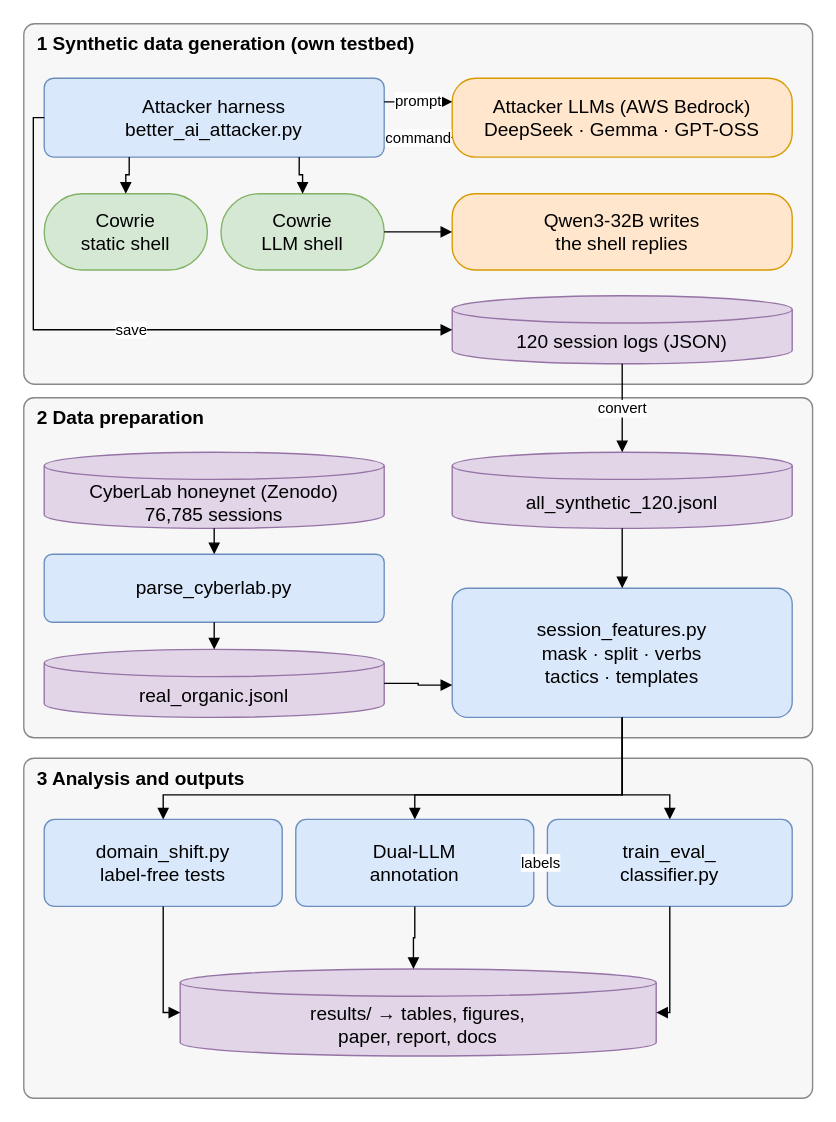
parthkansal823/Honeypot_RedTeaming-paper keeps this draw.io diagram as report/diagrams/d01_system_architecture.drawio. Above is the earlier version. Source tidied: cells renumbered, new cells numbered last; positions are measured from the earlier drawing's top-left corner, leaving out a move shared by most shapes. Both pictures are drawn from the tidied source at 136%, with x=0, y=0 at pixel (23, 23).
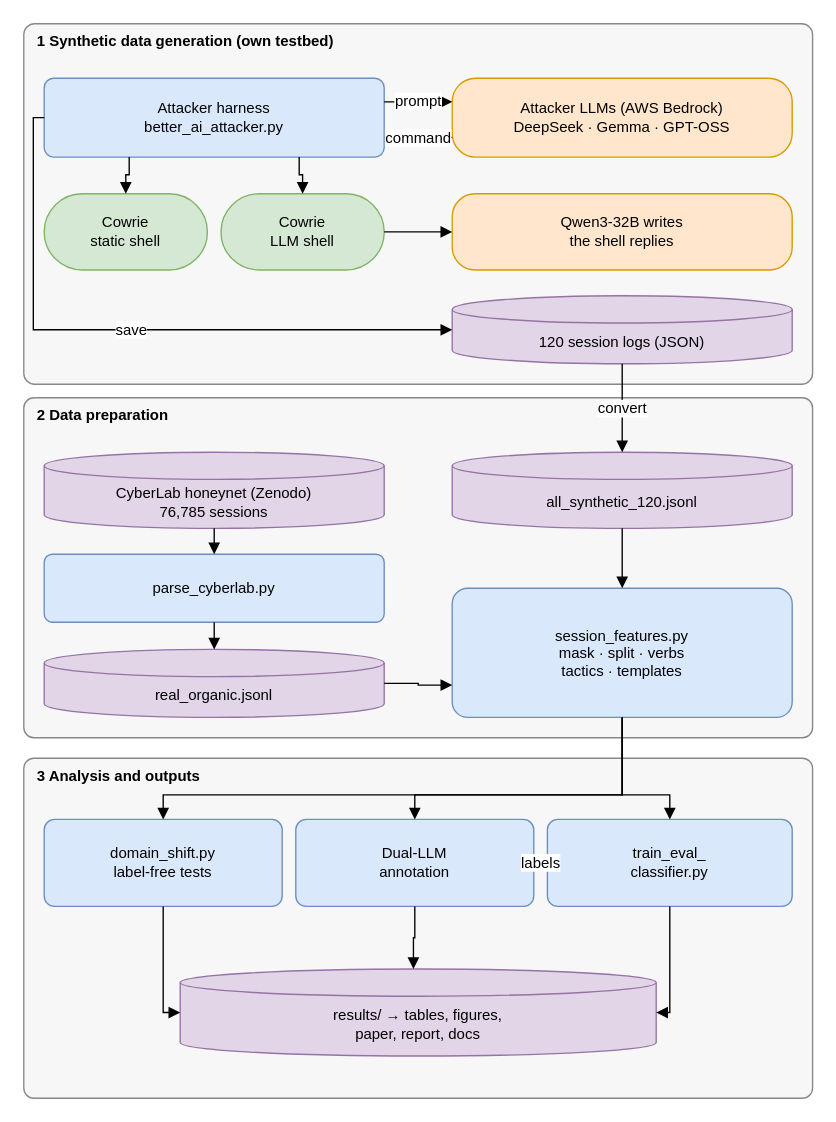
The same diagram, later.

The edit, as a diff of the source:
```diff
@@
-    <mxCell id="2" value="1  Synthetic data generation (own testbed)" style="rounded=1;arcSize=3;verticalAlign=top;dashed=0;whiteSpace=wrap;html=1;fillColor=#F7F7F7;strokeColor=#888888;fontFamily=Arial;fontSize=14;fontStyle=1;align=left;spacingLeft=8;" parent="1" vertex="1">
+    <mxCell id="2" value="1  Synthetic data generation (own testbed)" style="rounded=1;arcSize=3;verticalAlign=top;dashed=0;whiteSpace=wrap;html=1;fillColor=#F7F7F7;strokeColor=#888888;fontFamily=Arial;fontSize=11;fontStyle=1;align=left;spacingLeft=8;" parent="1" vertex="1">
       <mxGeometry width="580" height="265" as="geometry" />
     </mxCell>
-    <mxCell id="3" value="2  Data preparation" style="rounded=1;arcSize=3;verticalAlign=top;dashed=0;whiteSpace=wrap;html=1;fillColor=#F7F7F7;strokeColor=#888888;fontFamily=Arial;fontSize=14;fontStyle=1;align=left;spacingLeft=8;" parent="1" vertex="1">
+    <mxCell id="3" value="2  Data preparation" style="rounded=1;arcSize=3;verticalAlign=top;dashed=0;whiteSpace=wrap;html=1;fillColor=#F7F7F7;strokeColor=#888888;fontFamily=Arial;fontSize=11;fontStyle=1;align=left;spacingLeft=8;" parent="1" vertex="1">
       <mxGeometry y="275" width="580" height="250" as="geometry" />
     </mxCell>
-    <mxCell id="4" value="3  Analysis and outputs" style="rounded=1;arcSize=3;verticalAlign=top;dashed=0;whiteSpace=wrap;html=1;fillColor=#F7F7F7;strokeColor=#888888;fontFamily=Arial;fontSize=14;fontStyle=1;align=left;spacingLeft=8;" parent="1" vertex="1">
+    <mxCell id="4" value="3  Analysis and outputs" style="rounded=1;arcSize=3;verticalAlign=top;dashed=0;whiteSpace=wrap;html=1;fillColor=#F7F7F7;strokeColor=#888888;fontFamily=Arial;fontSize=11;fontStyle=1;align=left;spacingLeft=8;" parent="1" vertex="1">
       <mxGeometry y="540" width="580" height="250" as="geometry" />
     </mxCell>
-    <mxCell id="5" value="Attacker harness&lt;br&gt;better_ai_attacker.py" style="rounded=1;arcSize=12;whiteSpace=wrap;html=1;fillColor=#DAE8FC;strokeColor=#6C8EBF;fontFamily=Arial;fontSize=14;" parent="1" vertex="1">
+    <mxCell id="5" value="Attacker harness&lt;br&gt;better_ai_attacker.py" style="rounded=1;arcSize=12;whiteSpace=wrap;html=1;fillColor=#DAE8FC;strokeColor=#6C8EBF;fontFamily=Arial;fontSize=11;" parent="1" vertex="1">
       <mxGeometry x="15" y="40" width="250" height="58" as="geometry" />
     </mxCell>
-    <mxCell id="6" value="Attacker LLMs (AWS Bedrock)&lt;br&gt;DeepSeek · Gemma · GPT-OSS" style="rounded=1;arcSize=30;whiteSpace=wrap;html=1;fillColor=#FFE6CC;strokeColor=#D79B00;fontFamily=Arial;fontSize=14;" parent="1" vertex="1">
+    <mxCell id="6" value="Attacker LLMs (AWS Bedrock)&lt;br&gt;DeepSeek · Gemma · GPT-OSS" style="rounded=1;arcSize=30;whiteSpace=wrap;html=1;fillColor=#FFE6CC;strokeColor=#D79B00;fontFamily=Arial;fontSize=11;" parent="1" vertex="1">
       <mxGeometry x="315" y="40" width="250" height="58" as="geometry" />
     </mxCell>
-    <mxCell id="7" value="Cowrie&lt;br&gt;static shell" style="rounded=1;arcSize=50;whiteSpace=wrap;html=1;fillColor=#D5E8D4;strokeColor=#82B366;fontFamily=Arial;fontSize=14;" parent="1" vertex="1">
+    <mxCell id="7" value="Cowrie&lt;br&gt;static shell" style="rounded=1;arcSize=50;whiteSpace=wrap;html=1;fillColor=#D5E8D4;strokeColor=#82B366;fontFamily=Arial;fontSize=11;" parent="1" vertex="1">
       <mxGeometry x="15" y="125" width="120" height="56" as="geometry" />
     </mxCell>
-    <mxCell id="8" value="Cowrie&lt;br&gt;LLM shell" style="rounded=1;arcSize=50;whiteSpace=wrap;html=1;fillColor=#D5E8D4;strokeColor=#82B366;fontFamily=Arial;fontSize=14;" parent="1" vertex="1">
+    <mxCell id="8" value="Cowrie&lt;br&gt;LLM shell" style="rounded=1;arcSize=50;whiteSpace=wrap;html=1;fillColor=#D5E8D4;strokeColor=#82B366;fontFamily=Arial;fontSize=11;" parent="1" vertex="1">
       <mxGeometry x="145" y="125" width="120" height="56" as="geometry" />
     </mxCell>
-    <mxCell id="9" value="Qwen3-32B writes&lt;br&gt;the shell replies" style="rounded=1;arcSize=30;whiteSpace=wrap;html=1;fillColor=#FFE6CC;strokeColor=#D79B00;fontFamily=Arial;fontSize=14;" parent="1" vertex="1">
+    <mxCell id="9" value="Qwen3-32B writes&lt;br&gt;the shell replies" style="rounded=1;arcSize=30;whiteSpace=wrap;html=1;fillColor=#FFE6CC;strokeColor=#D79B00;fontFamily=Arial;fontSize=11;" parent="1" vertex="1">
       <mxGeometry x="315" y="125" width="250" height="56" as="geometry" />
     </mxCell>
-    <mxCell id="10" value="120 session logs (JSON)" style="shape=cylinder3;boundedLbl=1;backgroundOutline=1;size=10;whiteSpace=wrap;html=1;fillColor=#E1D5E7;strokeColor=#9673A6;fontFamily=Arial;fontSize=14;" parent="1" vertex="1">
+    <mxCell id="10" value="120 session logs (JSON)" style="shape=cylinder3;boundedLbl=1;backgroundOutline=1;size=10;whiteSpace=wrap;html=1;fillColor=#E1D5E7;strokeColor=#9673A6;fontFamily=Arial;fontSize=11;" parent="1" vertex="1">
       <mxGeometry x="315" y="200" width="250" height="50" as="geometry" />
     </mxCell>
-    <mxCell id="11" value="CyberLab honeynet (Zenodo)&lt;br&gt;76,785 sessions" style="shape=cylinder3;boundedLbl=1;backgroundOutline=1;size=10;whiteSpace=wrap;html=1;fillColor=#E1D5E7;strokeColor=#9673A6;fontFamily=Arial;fontSize=14;" parent="1" vertex="1">
+    <mxCell id="11" value="CyberLab honeynet (Zenodo)&lt;br&gt;76,785 sessions" style="shape=cylinder3;boundedLbl=1;backgroundOutline=1;size=10;whiteSpace=wrap;html=1;fillColor=#E1D5E7;strokeColor=#9673A6;fontFamily=Arial;fontSize=11;" parent="1" vertex="1">
       <mxGeometry x="15" y="315" width="250" height="56" as="geometry" />
     </mxCell>
-    <mxCell id="12" value="parse_cyberlab.py" style="rounded=1;arcSize=12;whiteSpace=wrap;html=1;fillColor=#DAE8FC;strokeColor=#6C8EBF;fontFamily=Arial;fontSize=14;" parent="1" vertex="1">
+    <mxCell id="12" value="parse_cyberlab.py" style="rounded=1;arcSize=12;whiteSpace=wrap;html=1;fillColor=#DAE8FC;strokeColor=#6C8EBF;fontFamily=Arial;fontSize=11;" parent="1" vertex="1">
       <mxGeometry x="15" y="390" width="250" height="50" as="geometry" />
     </mxCell>
-    <mxCell id="13" value="real_organic.jsonl" style="shape=cylinder3;boundedLbl=1;backgroundOutline=1;size=10;whiteSpace=wrap;html=1;fillColor=#E1D5E7;strokeColor=#9673A6;fontFamily=Arial;fontSize=14;" parent="1" vertex="1">
+    <mxCell id="13" value="real_organic.jsonl" style="shape=cylinder3;boundedLbl=1;backgroundOutline=1;size=10;whiteSpace=wrap;html=1;fillColor=#E1D5E7;strokeColor=#9673A6;fontFamily=Arial;fontSize=11;" parent="1" vertex="1">
       <mxGeometry x="15" y="460" width="250" height="50" as="geometry" />
     </mxCell>
-    <mxCell id="14" value="all_synthetic_120.jsonl" style="shape=cylinder3;boundedLbl=1;backgroundOutline=1;size=10;whiteSpace=wrap;html=1;fillColor=#E1D5E7;strokeColor=#9673A6;fontFamily=Arial;fontSize=14;" parent="1" vertex="1">
+    <mxCell id="14" value="all_synthetic_120.jsonl" style="shape=cylinder3;boundedLbl=1;backgroundOutline=1;size=10;whiteSpace=wrap;html=1;fillColor=#E1D5E7;strokeColor=#9673A6;fontFamily=Arial;fontSize=11;" parent="1" vertex="1">
       <mxGeometry x="315" y="315" width="250" height="56" as="geometry" />
     </mxCell>
-    <mxCell id="15" value="session_features.py&lt;br&gt;mask · split · verbs&lt;br&gt;tactics · templates" style="rounded=1;arcSize=12;whiteSpace=wrap;html=1;fillColor=#DAE8FC;strokeColor=#6C8EBF;fontFamily=Arial;fontSize=14;" parent="1" vertex="1">
+    <mxCell id="15" value="session_features.py&lt;br&gt;mask · split · verbs&lt;br&gt;tactics · templates" style="rounded=1;arcSize=12;whiteSpace=wrap;html=1;fillColor=#DAE8FC;strokeColor=#6C8EBF;fontFamily=Arial;fontSize=11;" parent="1" vertex="1">
       <mxGeometry x="315" y="415" width="250" height="95" as="geometry" />
     </mxCell>
-    <mxCell id="16" value="domain_shift.py&lt;br&gt;label-free tests" style="rounded=1;arcSize=12;whiteSpace=wrap;html=1;fillColor=#DAE8FC;strokeColor=#6C8EBF;fontFamily=Arial;fontSize=14;" parent="1" vertex="1">
+    <mxCell id="16" value="domain_shift.py&lt;br&gt;label-free tests" style="rounded=1;arcSize=12;whiteSpace=wrap;html=1;fillColor=#DAE8FC;strokeColor=#6C8EBF;fontFamily=Arial;fontSize=11;" parent="1" vertex="1">
       <mxGeometry x="15" y="585" width="175" height="64" as="geometry" />
     </mxCell>
-    <mxCell id="17" value="Dual-LLM&lt;br&gt;annotation" style="rounded=1;arcSize=12;whiteSpace=wrap;html=1;fillColor=#DAE8FC;strokeColor=#6C8EBF;fontFamily=Arial;fontSize=14;" parent="1" vertex="1">
+    <mxCell id="17" value="Dual-LLM&lt;br&gt;annotation" style="rounded=1;arcSize=12;whiteSpace=wrap;html=1;fillColor=#DAE8FC;strokeColor=#6C8EBF;fontFamily=Arial;fontSize=11;" parent="1" vertex="1">
       <mxGeometry x="200" y="585" width="175" height="64" as="geometry" />
     </mxCell>
-    <mxCell id="18" value="train_eval_&lt;br&gt;classifier.py" style="rounded=1;arcSize=12;whiteSpace=wrap;html=1;fillColor=#DAE8FC;strokeColor=#6C8EBF;fontFamily=Arial;fontSize=14;" parent="1" vertex="1">
+    <mxCell id="18" value="train_eval_&lt;br&gt;classifier.py" style="rounded=1;arcSize=12;whiteSpace=wrap;html=1;fillColor=#DAE8FC;strokeColor=#6C8EBF;fontFamily=Arial;fontSize=11;" parent="1" vertex="1">
       <mxGeometry x="385" y="585" width="180" height="64" as="geometry" />
     </mxCell>
-    <mxCell id="19" value="results/ → tables, figures,&lt;br&gt;paper, report, docs" style="shape=cylinder3;boundedLbl=1;backgroundOutline=1;size=10;whiteSpace=wrap;html=1;fillColor=#E1D5E7;strokeColor=#9673A6;fontFamily=Arial;fontSize=14;" parent="1" vertex="1">
+    <mxCell id="19" value="results/ → tables, figures,&lt;br&gt;paper, report, docs" style="shape=cylinder3;boundedLbl=1;backgroundOutline=1;size=10;whiteSpace=wrap;html=1;fillColor=#E1D5E7;strokeColor=#9673A6;fontFamily=Arial;fontSize=11;" parent="1" vertex="1">
       <mxGeometry x="115" y="695" width="350" height="64" as="geometry" />
     </mxCell>
```
